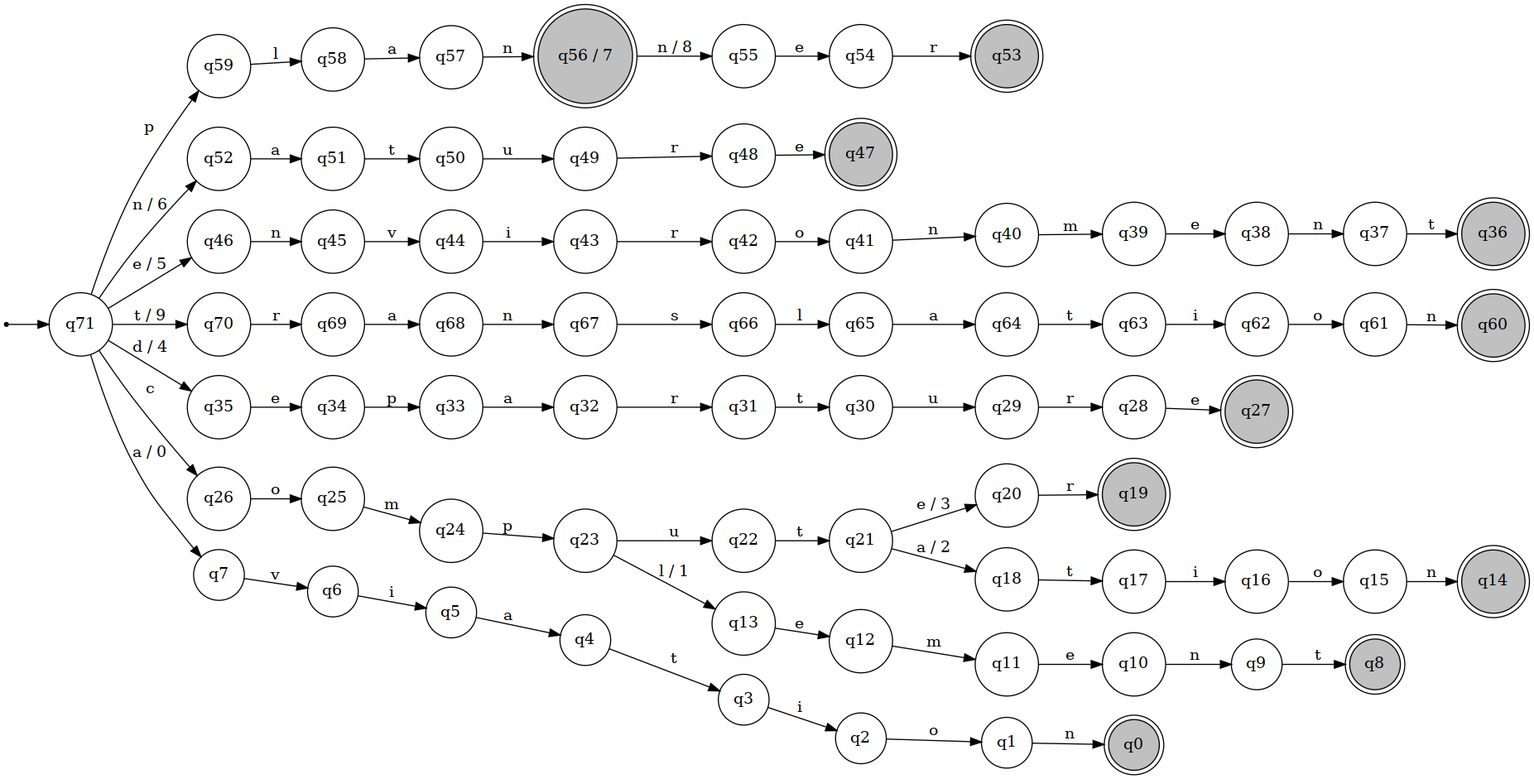
lucasll37/CTC-34 keeps this Graphviz diagram as graphs/poc_trie.png. Above is the earlier version. Its source is kept beside it as graphs/graphViz/poc_trie.dot. Source of this version:
```dot
digraph G {
rankdir=LR;
charset="utf8";
node [shape=circle];
ini [shape=point];
ini -> q71;
	q71 [label="q71"];
	q68 [label="q68"];
	q65 [label="q65"];
	q64 [label="q64"];
	q62 [label="q62"];
	q60 [label="q60"];
	q60 [shape=doublecircle];
	q60 [style=filled fillcolor=gray];
	q59 [label="q59"];
	q28 [label="q28"];
	q27 [label="q27"];
	q27 [shape=doublecircle];
	q27 [style=filled fillcolor=gray];
	q24 [label="q24"];
	q2 [label="q2"];
	q39 [label="q39"];
	q22 [label="q22"];
	q9 [label="q9"];
	q49 [label="q49"];
	q66 [label="q66"];
	q3 [label="q3"];
	q19 [label="q19"];
	q19 [shape=doublecircle];
	q19 [style=filled fillcolor=gray];
	q16 [label="q16"];
	q10 [label="q10"];
	q1 [label="q1"];
	q47 [label="q47"];
	q47 [shape=doublecircle];
	q47 [style=filled fillcolor=gray];
	q52 [label="q52"];
	q20 [label="q20"];
	q46 [label="q46"];
	q51 [label="q51"];
	q15 [label="q15"];
	q21 [label="q21"];
	q38 [label="q38"];
	q14 [label="q14"];
	q14 [shape=doublecircle];
	q14 [style=filled fillcolor=gray];
	q13 [label="q13"];
	q0 [label="q0"];
	q0 [shape=doublecircle];
	q0 [style=filled fillcolor=gray];
	q58 [label="q58"];
	q61 [label="q61"];
	q25 [label="q25"];
	q5 [label="q5"];
	q69 [label="q69"];
	q57 [label="q57"];
	q67 [label="q67"];
	q4 [label="q4"];
	q6 [label="q6"];
	q70 [label="q70"];
	q44 [label="q44"];
	q35 [label="q35"];
	q11 [label="q11"];
	q23 [label="q23"];
	q30 [label="q30"];
	q18 [label="q18"];
	q17 [label="q17"];
	q8 [label="q8"];
	q8 [shape=doublecircle];
	q8 [style=filled fillcolor=gray];
	q12 [label="q12"];
	q29 [label="q29"];
	q31 [label="q31"];
	q37 [label="q37"];
	q32 [label="q32"];
	q33 [label="q33"];
	q26 [label="q26"];
	q34 [label="q34"];
	q41 [label="q41"];
	q7 [label="q7"];
	q45 [label="q45"];
	q43 [label="q43"];
	q63 [label="q63"];
	q40 [label="q40"];
	q42 [label="q42"];
	q48 [label="q48"];
	q50 [label="q50"];
	q53 [label="q53"];
	q53 [shape=doublecircle];
	q53 [style=filled fillcolor=gray];
	q36 [label="q36"];
	q36 [shape=doublecircle];
	q36 [style=filled fillcolor=gray];
	q54 [label="q54"];
	q55 [label="q55"];
	q56 [label="q56 / 7"];
	q56 [shape=doublecircle];
	q56 [style=filled fillcolor=gray];
	q71 -> q7 [label="a / 0"];
	q71 -> q26 [label="c"];
	q71 -> q35 [label="d / 4"];
	q71 -> q46 [label="e / 5"];
	q71 -> q52 [label="n / 6"];
	q71 -> q59 [label="p"];
	q71 -> q70 [label="t / 9"];
	q68 -> q67 [label="n"];
	q65 -> q64 [label="a"];
	q64 -> q63 [label="t"];
	q62 -> q61 [label="o"];
	q59 -> q58 [label="l"];
	q28 -> q27 [label="e"];
	q24 -> q23 [label="p"];
	q2 -> q1 [label="o"];
	q39 -> q38 [label="e"];
	q22 -> q21 [label="t"];
	q9 -> q8 [label="t"];
	q49 -> q48 [label="r"];
	q66 -> q65 [label="l"];
	q3 -> q2 [label="i"];
	q16 -> q15 [label="o"];
	q10 -> q9 [label="n"];
	q1 -> q0 [label="n"];
	q52 -> q51 [label="a"];
	q20 -> q19 [label="r"];
	q46 -> q45 [label="n"];
	q51 -> q50 [label="t"];
	q15 -> q14 [label="n"];
	q21 -> q18 [label="a / 2"];
	q21 -> q20 [label="e / 3"];
	q38 -> q37 [label="n"];
	q13 -> q12 [label="e"];
	q58 -> q57 [label="a"];
	q61 -> q60 [label="n"];
	q25 -> q24 [label="m"];
	q5 -> q4 [label="a"];
	q69 -> q68 [label="a"];
	q57 -> q56 [label="n"];
	q67 -> q66 [label="s"];
	q4 -> q3 [label="t"];
	q6 -> q5 [label="i"];
	q70 -> q69 [label="r"];
	q44 -> q43 [label="i"];
	q35 -> q34 [label="e"];
	q11 -> q10 [label="e"];
	q23 -> q13 [label="l / 1"];
	q23 -> q22 [label="u"];
	q30 -> q29 [label="u"];
	q18 -> q17 [label="t"];
	q17 -> q16 [label="i"];
	q12 -> q11 [label="m"];
	q29 -> q28 [label="r"];
	q31 -> q30 [label="t"];
	q37 -> q36 [label="t"];
	q32 -> q31 [label="r"];
	q33 -> q32 [label="a"];
	q26 -> q25 [label="o"];
	q34 -> q33 [label="p"];
	q41 -> q40 [label="n"];
	q7 -> q6 [label="v"];
	q45 -> q44 [label="v"];
	q43 -> q42 [label="r"];
	q63 -> q62 [label="i"];
	q40 -> q39 [label="m"];
	q42 -> q41 [label="o"];
	q48 -> q47 [label="e"];
	q50 -> q49 [label="u"];
	q54 -> q53 [label="r"];
	q55 -> q54 [label="e"];
	q56 -> q55 [label="n / 8"];
}
```
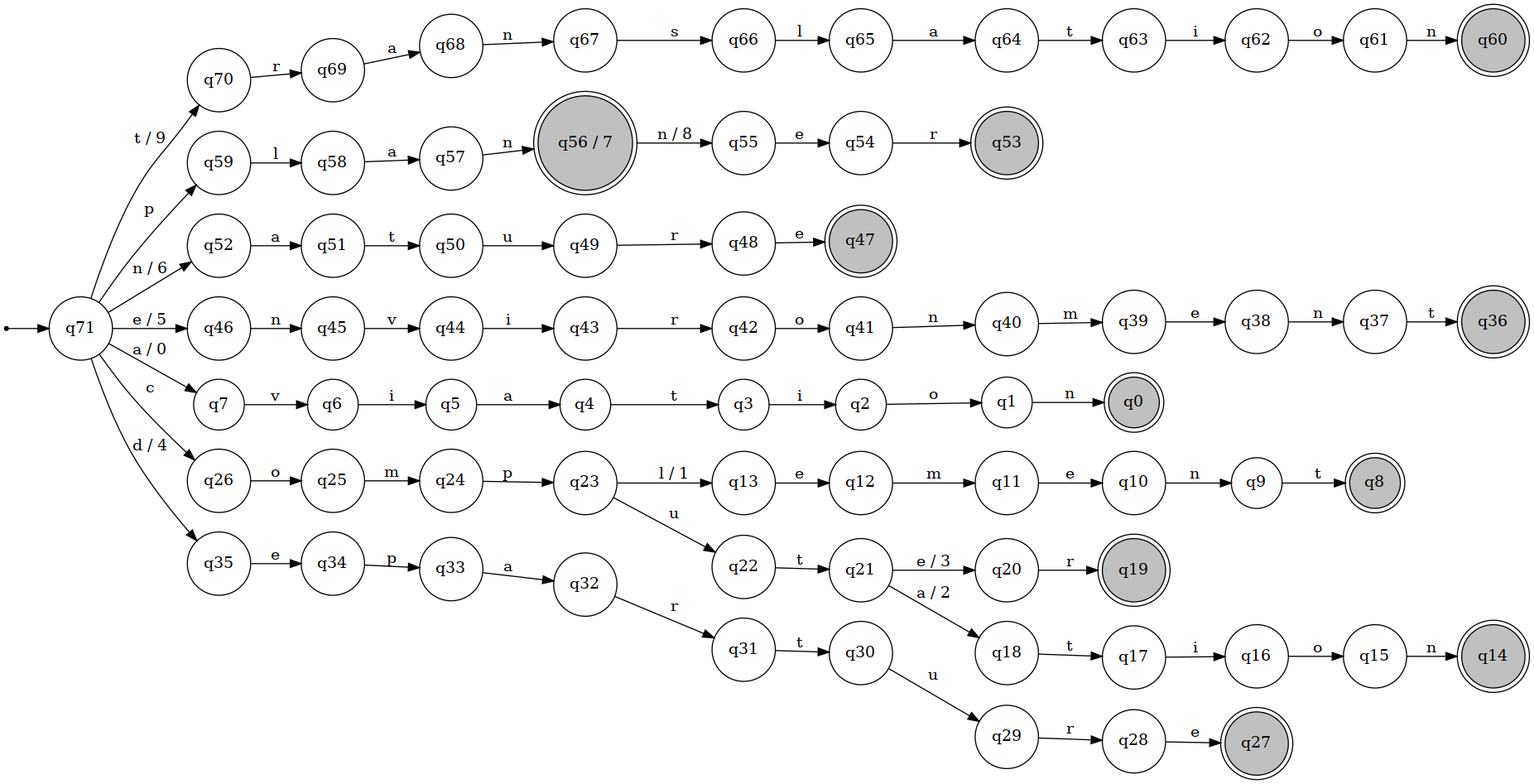
Later version of the same file.

Change to the diagram source:
```diff
@@ -5,94 +5,94 @@
 ini [shape=point];
 ini -> q71;
 	q71 [label="q71"];
+	q70 [label="q70"];
 	q68 [label="q68"];
-	q65 [label="q65"];
 	q64 [label="q64"];
 	q62 [label="q62"];
+	q69 [label="q69"];
+	q59 [label="q59"];
+	q15 [label="q15"];
 	q60 [label="q60"];
 	q60 [shape=doublecircle];
 	q60 [style=filled fillcolor=gray];
-	q59 [label="q59"];
-	q28 [label="q28"];
+	q25 [label="q25"];
+	q52 [label="q52"];
+	q2 [label="q2"];
+	q54 [label="q54"];
+	q19 [label="q19"];
+	q19 [shape=doublecircle];
+	q19 [style=filled fillcolor=gray];
+	q63 [label="q63"];
+	q41 [label="q41"];
+	q16 [label="q16"];
+	q1 [label="q1"];
+	q10 [label="q10"];
+	q46 [label="q46"];
+	q51 [label="q51"];
 	q27 [label="q27"];
 	q27 [shape=doublecircle];
 	q27 [style=filled fillcolor=gray];
 	q24 [label="q24"];
-	q2 [label="q2"];
-	q39 [label="q39"];
-	q22 [label="q22"];
-	q9 [label="q9"];
-	q49 [label="q49"];
-	q66 [label="q66"];
-	q3 [label="q3"];
-	q19 [label="q19"];
-	q19 [shape=doublecircle];
-	q19 [style=filled fillcolor=gray];
-	q16 [label="q16"];
-	q10 [label="q10"];
-	q1 [label="q1"];
-	q47 [label="q47"];
-	q47 [shape=doublecircle];
-	q47 [style=filled fillcolor=gray];
-	q52 [label="q52"];
+	q21 [label="q21"];
 	q20 [label="q20"];
-	q46 [label="q46"];
-	q51 [label="q51"];
-	q15 [label="q15"];
-	q21 [label="q21"];
-	q38 [label="q38"];
+	q23 [label="q23"];
+	q65 [label="q65"];
 	q14 [label="q14"];
 	q14 [shape=doublecircle];
 	q14 [style=filled fillcolor=gray];
 	q13 [label="q13"];
+	q39 [label="q39"];
+	q66 [label="q66"];
+	q3 [label="q3"];
+	q67 [label="q67"];
+	q4 [label="q4"];
+	q11 [label="q11"];
+	q61 [label="q61"];
+	q5 [label="q5"];
+	q6 [label="q6"];
+	q17 [label="q17"];
+	q18 [label="q18"];
+	q9 [label="q9"];
+	q38 [label="q38"];
+	q7 [label="q7"];
+	q28 [label="q28"];
+	q12 [label="q12"];
+	q33 [label="q33"];
+	q29 [label="q29"];
+	q30 [label="q30"];
+	q57 [label="q57"];
+	q31 [label="q31"];
+	q8 [label="q8"];
+	q8 [shape=doublecircle];
+	q8 [style=filled fillcolor=gray];
+	q58 [label="q58"];
+	q26 [label="q26"];
+	q34 [label="q34"];
+	q32 [label="q32"];
+	q47 [label="q47"];
+	q47 [shape=doublecircle];
+	q47 [style=filled fillcolor=gray];
+	q45 [label="q45"];
 	q0 [label="q0"];
 	q0 [shape=doublecircle];
 	q0 [style=filled fillcolor=gray];
-	q58 [label="q58"];
-	q61 [label="q61"];
-	q25 [label="q25"];
-	q5 [label="q5"];
-	q69 [label="q69"];
-	q57 [label="q57"];
-	q67 [label="q67"];
-	q4 [label="q4"];
-	q6 [label="q6"];
-	q70 [label="q70"];
+	q35 [label="q35"];
+	q55 [label="q55"];
+	q37 [label="q37"];
+	q22 [label="q22"];
+	q43 [label="q43"];
 	q44 [label="q44"];
-	q35 [label="q35"];
-	q11 [label="q11"];
-	q23 [label="q23"];
-	q30 [label="q30"];
-	q18 [label="q18"];
-	q17 [label="q17"];
-	q8 [label="q8"];
-	q8 [shape=doublecircle];
-	q8 [style=filled fillcolor=gray];
-	q12 [label="q12"];
-	q29 [label="q29"];
-	q31 [label="q31"];
-	q37 [label="q37"];
-	q32 [label="q32"];
-	q33 [label="q33"];
-	q26 [label="q26"];
-	q34 [label="q34"];
-	q41 [label="q41"];
-	q7 [label="q7"];
-	q45 [label="q45"];
-	q43 [label="q43"];
-	q63 [label="q63"];
+	q36 [label="q36"];
+	q36 [shape=doublecircle];
+	q36 [style=filled fillcolor=gray];
 	q40 [label="q40"];
 	q42 [label="q42"];
 	q48 [label="q48"];
+	q49 [label="q49"];
 	q50 [label="q50"];
 	q53 [label="q53"];
 	q53 [shape=doublecircle];
 	q53 [style=filled fillcolor=gray];
-	q36 [label="q36"];
-	q36 [shape=doublecircle];
-	q36 [style=filled fillcolor=gray];
-	q54 [label="q54"];
-	q55 [label="q55"];
 	q56 [label="q56 / 7"];
 	q56 [shape=doublecircle];
 	q56 [style=filled fillcolor=gray];
@@ -103,68 +103,68 @@
 	q71 -> q52 [label="n / 6"];
 	q71 -> q59 [label="p"];
 	q71 -> q70 [label="t / 9"];
+	q70 -> q69 [label="r"];
 	q68 -> q67 [label="n"];
-	q65 -> q64 [label="a"];
 	q64 -> q63 [label="t"];
 	q62 -> q61 [label="o"];
+	q69 -> q68 [label="a"];
 	q59 -> q58 [label="l"];
-	q28 -> q27 [label="e"];
+	q15 -> q14 [label="n"];
+	q25 -> q24 [label="m"];
+	q52 -> q51 [label="a"];
+	q2 -> q1 [label="o"];
+	q54 -> q53 [label="r"];
+	q63 -> q62 [label="i"];
+	q41 -> q40 [label="n"];
+	q16 -> q15 [label="o"];
+	q1 -> q0 [label="n"];
+	q10 -> q9 [label="n"];
+	q46 -> q45 [label="n"];
+	q51 -> q50 [label="t"];
 	q24 -> q23 [label="p"];
-	q2 -> q1 [label="o"];
+	q21 -> q18 [label="a / 2"];
+	q21 -> q20 [label="e / 3"];
+	q20 -> q19 [label="r"];
+	q23 -> q13 [label="l / 1"];
+	q23 -> q22 [label="u"];
+	q65 -> q64 [label="a"];
+	q13 -> q12 [label="e"];
 	q39 -> q38 [label="e"];
-	q22 -> q21 [label="t"];
-	q9 -> q8 [label="t"];
-	q49 -> q48 [label="r"];
 	q66 -> q65 [label="l"];
 	q3 -> q2 [label="i"];
-	q16 -> q15 [label="o"];
-	q10 -> q9 [label="n"];
-	q1 -> q0 [label="n"];
-	q52 -> q51 [label="a"];
-	q20 -> q19 [label="r"];
-	q46 -> q45 [label="n"];
-	q51 -> q50 [label="t"];
-	q15 -> q14 [label="n"];
-	q21 -> q18 [label="a / 2"];
-	q21 -> q20 [label="e / 3"];
-	q38 -> q37 [label="n"];
-	q13 -> q12 [label="e"];
-	q58 -> q57 [label="a"];
-	q61 -> q60 [label="n"];
-	q25 -> q24 [label="m"];
-	q5 -> q4 [label="a"];
-	q69 -> q68 [label="a"];
-	q57 -> q56 [label="n"];
 	q67 -> q66 [label="s"];
 	q4 -> q3 [label="t"];
+	q11 -> q10 [label="e"];
+	q61 -> q60 [label="n"];
+	q5 -> q4 [label="a"];
 	q6 -> q5 [label="i"];
-	q70 -> q69 [label="r"];
-	q44 -> q43 [label="i"];
-	q35 -> q34 [label="e"];
-	q11 -> q10 [label="e"];
-	q23 -> q13 [label="l / 1"];
-	q23 -> q22 [label="u"];
+	q17 -> q16 [label="i"];
+	q18 -> q17 [label="t"];
+	q9 -> q8 [label="t"];
+	q38 -> q37 [label="n"];
+	q7 -> q6 [label="v"];
+	q28 -> q27 [label="e"];
+	q12 -> q11 [label="m"];
+	q33 -> q32 [label="a"];
+	q29 -> q28 [label="r"];
 	q30 -> q29 [label="u"];
-	q18 -> q17 [label="t"];
-	q17 -> q16 [label="i"];
-	q12 -> q11 [label="m"];
-	q29 -> q28 [label="r"];
+	q57 -> q56 [label="n"];
 	q31 -> q30 [label="t"];
-	q37 -> q36 [label="t"];
-	q32 -> q31 [label="r"];
-	q33 -> q32 [label="a"];
+	q58 -> q57 [label="a"];
 	q26 -> q25 [label="o"];
 	q34 -> q33 [label="p"];
-	q41 -> q40 [label="n"];
-	q7 -> q6 [label="v"];
+	q32 -> q31 [label="r"];
 	q45 -> q44 [label="v"];
+	q35 -> q34 [label="e"];
+	q55 -> q54 [label="e"];
+	q37 -> q36 [label="t"];
+	q22 -> q21 [label="t"];
 	q43 -> q42 [label="r"];
-	q63 -> q62 [label="i"];
+	q44 -> q43 [label="i"];
 	q40 -> q39 [label="m"];
 	q42 -> q41 [label="o"];
 	q48 -> q47 [label="e"];
+	q49 -> q48 [label="r"];
 	q50 -> q49 [label="u"];
-	q54 -> q53 [label="r"];
-	q55 -> q54 [label="e"];
 	q56 -> q55 [label="n / 8"];
 }
```
